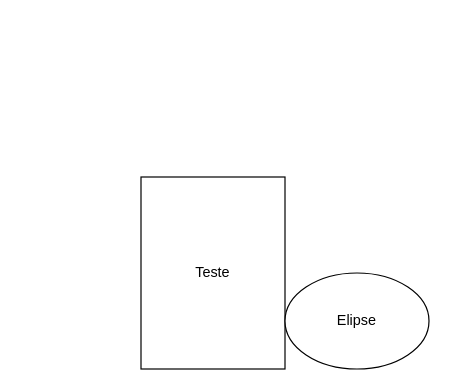
leandrosly/Auto-Diagram keeps this draw.io diagram as AutoDiaTeste.drawio. Above is the earlier version. Source tidied: cells renumbered, new cells numbered last; positions are measured from the earlier drawing's top-left corner, leaving out a move shared by most shapes. Both pictures are drawn from the tidied source at 120%, with x=0, y=0 at pixel (140, 176).
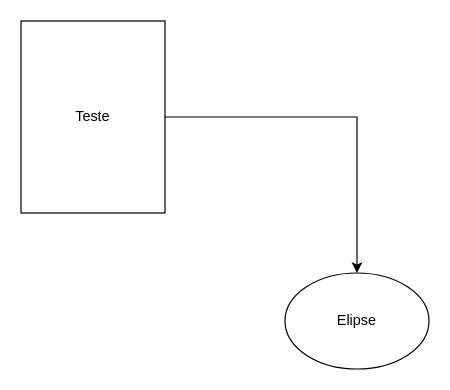
The same diagram, later.

Diff of the diagram source:
```diff
@@
 <mxGraphModel>
   <root>
     <mxCell id="0" />
     <mxCell id="1" parent="0" />
+    <mxCell id="4" style="edgeStyle=orthogonalEdgeStyle;rounded=0;jettySize=auto;html=1;" parent="1" edge="1" source="2" target="3">
+      <mxGeometry relative="1" as="geometry" />
+    </mxCell>
     <mxCell id="2" value="Teste" style="rounded=10;whiteSpace=wrap;html=1;" parent="1" vertex="1">
-      <mxGeometry width="120" height="160" as="geometry" />
+      <mxGeometry x="-100" y="-130" width="120" height="160" as="geometry" />
     </mxCell>
     <mxCell id="3" value="Elipse" style="ellipse;whiteSpace=wrap;html=1;" parent="1" vertex="1">
       <mxGeometry x="120" y="80" width="120" height="80" as="geometry" />
     </mxCell>
   </root>
 </mxGraphModel>
```
